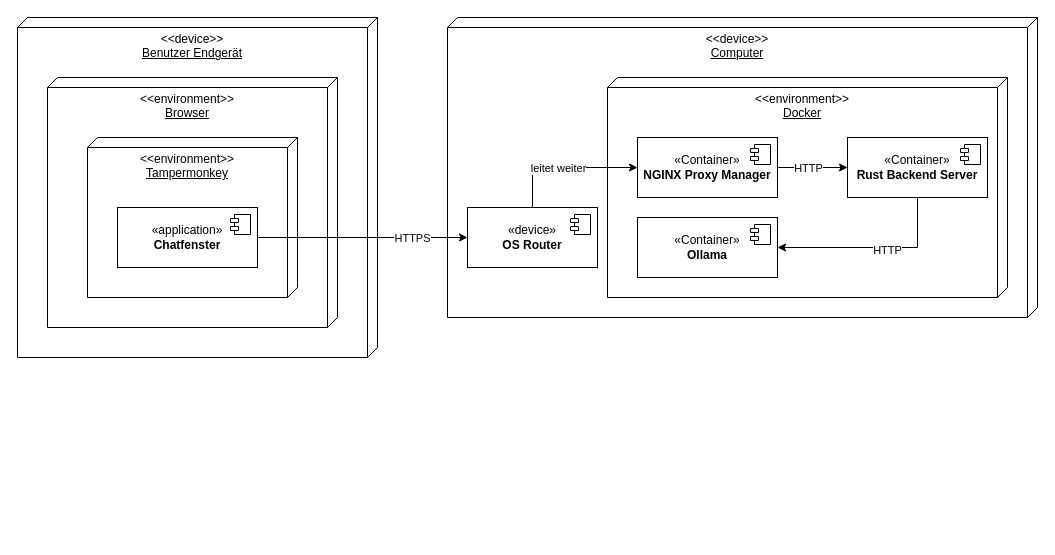
ZesNy02/Jupiter keeps this draw.io diagram as diagramms/Verteilungssicht.drawio. Above is the earlier version. Source tidied: cells renumbered, new cells numbered last; positions are measured from the earlier drawing's top-left corner, leaving out a move shared by most shapes. Both pictures are drawn from the tidied source at 100%, with x=0, y=0 at pixel (17, 17).
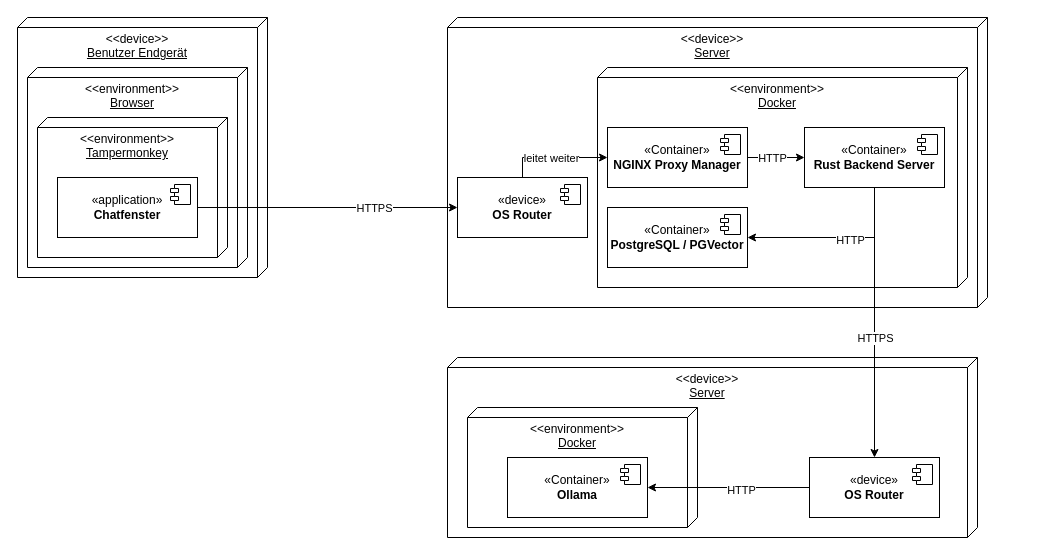
Above is the later version.

Diff of the diagram source:
```diff
@@
     <mxCell id="2" value="&amp;lt;&amp;lt;device&amp;gt;&amp;gt;&lt;div&gt;&lt;u&gt;Benutzer Endgerät&lt;/u&gt;&lt;/div&gt;" style="verticalAlign=top;align=center;spacingTop=8;spacingLeft=2;spacingRight=12;shape=cube;size=10;direction=south;fontStyle=0;html=1;whiteSpace=wrap;" parent="1" vertex="1">
-      <mxGeometry width="360" height="340" as="geometry" />
+      <mxGeometry width="250" height="260" as="geometry" />
     </mxCell>
     <mxCell id="3" value="&amp;lt;&amp;lt;environment&amp;gt;&amp;gt;&lt;div&gt;&lt;u&gt;Browser&lt;/u&gt;&lt;/div&gt;" style="verticalAlign=top;align=center;spacingTop=8;spacingLeft=2;spacingRight=12;shape=cube;size=10;direction=south;fontStyle=0;html=1;whiteSpace=wrap;" parent="1" vertex="1">
-      <mxGeometry x="30" y="60" width="290" height="250" as="geometry" />
+      <mxGeometry x="10" y="50" width="220" height="200" as="geometry" />
     </mxCell>
     <mxCell id="4" value="&amp;lt;&amp;lt;environment&amp;gt;&amp;gt;&lt;div&gt;&lt;u&gt;Tampermonkey&lt;/u&gt;&lt;/div&gt;" style="verticalAlign=top;align=center;spacingTop=8;spacingLeft=2;spacingRight=12;shape=cube;size=10;direction=south;fontStyle=0;html=1;whiteSpace=wrap;" parent="1" vertex="1">
-      <mxGeometry x="70" y="120" width="210" height="160" as="geometry" />
+      <mxGeometry x="20" y="100" width="190" height="140" as="geometry" />
     </mxCell>
     <mxCell id="5" value="«application»&lt;br&gt;&lt;b&gt;Chatfenster&lt;/b&gt;" style="html=1;whiteSpace=wrap;" parent="1" vertex="1">
-      <mxGeometry x="100" y="190" width="140" height="60" as="geometry" />
+      <mxGeometry x="40" y="160" width="140" height="60" as="geometry" />
     </mxCell>
@@
-    <mxCell id="7" value="&amp;lt;&amp;lt;device&amp;gt;&amp;gt;&lt;div&gt;&lt;u&gt;Computer&lt;/u&gt;&lt;/div&gt;" style="verticalAlign=top;align=center;spacingTop=8;spacingLeft=2;spacingRight=12;shape=cube;size=10;direction=south;fontStyle=0;html=1;whiteSpace=wrap;" parent="1" vertex="1">
-      <mxGeometry x="430" width="590" height="300" as="geometry" />
+    <mxCell id="7" value="&amp;lt;&amp;lt;device&amp;gt;&amp;gt;&lt;div&gt;&lt;u&gt;Server&lt;/u&gt;&lt;/div&gt;" style="verticalAlign=top;align=center;spacingTop=8;spacingLeft=2;spacingRight=12;shape=cube;size=10;direction=south;fontStyle=0;html=1;whiteSpace=wrap;" parent="1" vertex="1">
+      <mxGeometry x="430" width="540" height="290" as="geometry" />
     </mxCell>
     <mxCell id="8" value="&amp;lt;&amp;lt;environment&amp;gt;&amp;gt;&lt;div&gt;&lt;u&gt;Docker&lt;/u&gt;&lt;/div&gt;" style="verticalAlign=top;align=center;spacingTop=8;spacingLeft=2;spacingRight=12;shape=cube;size=10;direction=south;fontStyle=0;html=1;whiteSpace=wrap;" parent="1" vertex="1">
-      <mxGeometry x="590" y="60" width="400" height="220" as="geometry" />
+      <mxGeometry x="580" y="50" width="370" height="220" as="geometry" />
     </mxCell>
     <mxCell id="9" value="«Container»&lt;br&gt;&lt;b&gt;Rust Backend Server&lt;/b&gt;" style="html=1;whiteSpace=wrap;" parent="1" vertex="1">
-      <mxGeometry x="830" y="120" width="140" height="60" as="geometry" />
+      <mxGeometry x="787" y="110" width="140" height="60" as="geometry" />
     </mxCell>
@@
     <mxCell id="11" value="«device»&lt;br&gt;&lt;b&gt;OS Router&lt;/b&gt;" style="html=1;whiteSpace=wrap;" parent="1" vertex="1">
-      <mxGeometry x="450" y="190" width="130" height="60" as="geometry" />
+      <mxGeometry x="440" y="160" width="130" height="60" as="geometry" />
     </mxCell>
@@
     <mxCell id="13" value="«Container»&lt;br&gt;&lt;b&gt;NGINX Proxy Manager&lt;/b&gt;" style="html=1;whiteSpace=wrap;" parent="1" vertex="1">
-      <mxGeometry x="620" y="120" width="140" height="60" as="geometry" />
+      <mxGeometry x="590" y="110" width="140" height="60" as="geometry" />
     </mxCell>
@@
-    <mxCell id="15" value="«Container»&lt;br&gt;&lt;b&gt;Ollama&lt;/b&gt;" style="html=1;whiteSpace=wrap;" parent="1" vertex="1">
-      <mxGeometry x="620" y="200" width="140" height="60" as="geometry" />
-    </mxCell>
-    <mxCell id="16" style="shape=module;jettyWidth=8;jettyHeight=4;" parent="15" vertex="1">
-      <mxGeometry x="1" width="20" height="20" relative="1" as="geometry">
-        <mxPoint x="-27" y="7" as="offset" />
-      </mxGeometry>
-    </mxCell>
@@
     <mxCell id="19" style="endArrow=classic;html=1;rounded=0;entryX=0;entryY=0.5;entryDx=0;entryDy=0;exitX=0.5;exitY=0;exitDx=0;exitDy=0;" parent="1" edge="1" source="11" target="13">
       <mxGeometry relative="1" as="geometry">
         <Array as="points">
-          <mxPoint x="515" y="150" />
+          <mxPoint x="505" y="140" />
         </Array>
       </mxGeometry>
     </mxCell>
@@
-    <mxCell id="23" style="endArrow=classic;html=1;rounded=0;entryX=1;entryY=0.5;entryDx=0;entryDy=0;exitX=0.5;exitY=1;exitDx=0;exitDy=0;" parent="1" edge="1" source="9" target="15">
-      <mxGeometry relative="1" as="geometry">
-        <Array as="points">
-          <mxPoint x="900" y="230" />
-        </Array>
-      </mxGeometry>
-    </mxCell>
-    <mxCell id="24" value="HTTP" style="edgeLabel;html=1;align=center;verticalAlign=middle;" parent="23" vertex="1">
-      <mxGeometry x="-0.15" y="1" relative="1" as="geometry">
-        <mxPoint y="1" as="offset" />
-      </mxGeometry>
-    </mxCell>
+    <mxCell id="25" value="&amp;lt;&amp;lt;device&amp;gt;&amp;gt;&lt;div&gt;&lt;u&gt;Server&lt;/u&gt;&lt;/div&gt;" style="verticalAlign=top;align=center;spacingTop=8;spacingLeft=2;spacingRight=12;shape=cube;size=10;direction=south;fontStyle=0;html=1;whiteSpace=wrap;" parent="1" vertex="1">
+      <mxGeometry x="430" y="340" width="530" height="180" as="geometry" />
+    </mxCell>
+    <mxCell id="26" value="«device»&lt;br&gt;&lt;b&gt;OS Router&lt;/b&gt;" style="html=1;whiteSpace=wrap;" parent="1" vertex="1">
+      <mxGeometry x="792" y="440" width="130" height="60" as="geometry" />
+    </mxCell>
+    <mxCell id="27" style="shape=module;jettyWidth=8;jettyHeight=4;" parent="26" vertex="1">
+      <mxGeometry x="1" width="20" height="20" relative="1" as="geometry">
+        <mxPoint x="-27" y="7" as="offset" />
+      </mxGeometry>
+    </mxCell>
+    <mxCell id="28" value="&amp;lt;&amp;lt;environment&amp;gt;&amp;gt;&lt;div&gt;&lt;u&gt;Docker&lt;/u&gt;&lt;/div&gt;" style="verticalAlign=top;align=center;spacingTop=8;spacingLeft=2;spacingRight=12;shape=cube;size=10;direction=south;fontStyle=0;html=1;whiteSpace=wrap;" parent="1" vertex="1">
+      <mxGeometry x="450" y="390" width="230" height="120" as="geometry" />
+    </mxCell>
+    <mxCell id="15" value="«Container»&lt;br&gt;&lt;b&gt;Ollama&lt;/b&gt;" style="html=1;whiteSpace=wrap;" parent="1" vertex="1">
+      <mxGeometry x="490" y="440" width="140" height="60" as="geometry" />
+    </mxCell>
+    <mxCell id="16" style="shape=module;jettyWidth=8;jettyHeight=4;" parent="15" vertex="1">
+      <mxGeometry x="1" width="20" height="20" relative="1" as="geometry">
+        <mxPoint x="-27" y="7" as="offset" />
+      </mxGeometry>
+    </mxCell>
+    <mxCell id="29" value="«Container»&lt;br&gt;&lt;b&gt;PostgreSQL / PGVector&lt;/b&gt;" style="html=1;whiteSpace=wrap;" parent="1" vertex="1">
+      <mxGeometry x="590" y="190" width="140" height="60" as="geometry" />
+    </mxCell>
+    <mxCell id="30" style="shape=module;jettyWidth=8;jettyHeight=4;" parent="29" vertex="1">
+      <mxGeometry x="1" width="20" height="20" relative="1" as="geometry">
+        <mxPoint x="-27" y="7" as="offset" />
+      </mxGeometry>
+    </mxCell>
+    <mxCell id="31" style="endArrow=classic;html=1;rounded=0;entryX=1;entryY=0.5;entryDx=0;entryDy=0;exitX=0.5;exitY=1;exitDx=0;exitDy=0;" parent="1" edge="1" source="9" target="29">
+      <mxGeometry relative="1" as="geometry">
+        <Array as="points">
+          <mxPoint x="857" y="220" />
+        </Array>
+      </mxGeometry>
+    </mxCell>
+    <mxCell id="32" value="HTTP" style="edgeLabel;html=1;align=center;verticalAlign=middle;" parent="31" vertex="1">
+      <mxGeometry x="-0.15" y="1" relative="1" as="geometry">
+        <mxPoint y="1" as="offset" />
+      </mxGeometry>
+    </mxCell>
+    <mxCell id="33" style="endArrow=classic;html=1;rounded=0;entryX=1;entryY=0.5;entryDx=0;entryDy=0;exitX=0;exitY=0.5;exitDx=0;exitDy=0;" parent="1" edge="1" source="26" target="15">
+      <mxGeometry relative="1" as="geometry" />
+    </mxCell>
+    <mxCell id="34" value="HTTP" style="edgeLabel;html=1;align=center;verticalAlign=middle;" parent="33" vertex="1">
+      <mxGeometry x="-0.15" y="1" relative="1" as="geometry">
+        <mxPoint y="1" as="offset" />
+      </mxGeometry>
+    </mxCell>
+    <mxCell id="35" style="endArrow=classic;html=1;rounded=0;entryX=0.5;entryY=0;entryDx=0;entryDy=0;exitX=0.5;exitY=1;exitDx=0;exitDy=0;" parent="1" edge="1" source="9" target="26">
+      <mxGeometry relative="1" as="geometry" />
+    </mxCell>
+    <mxCell id="36" value="HTTPS" style="edgeLabel;html=1;align=center;verticalAlign=middle;" parent="35" vertex="1">
+      <mxGeometry x="-0.15" y="1" relative="1" as="geometry">
+        <mxPoint x="-1" y="35" as="offset" />
+      </mxGeometry>
+    </mxCell>
```
